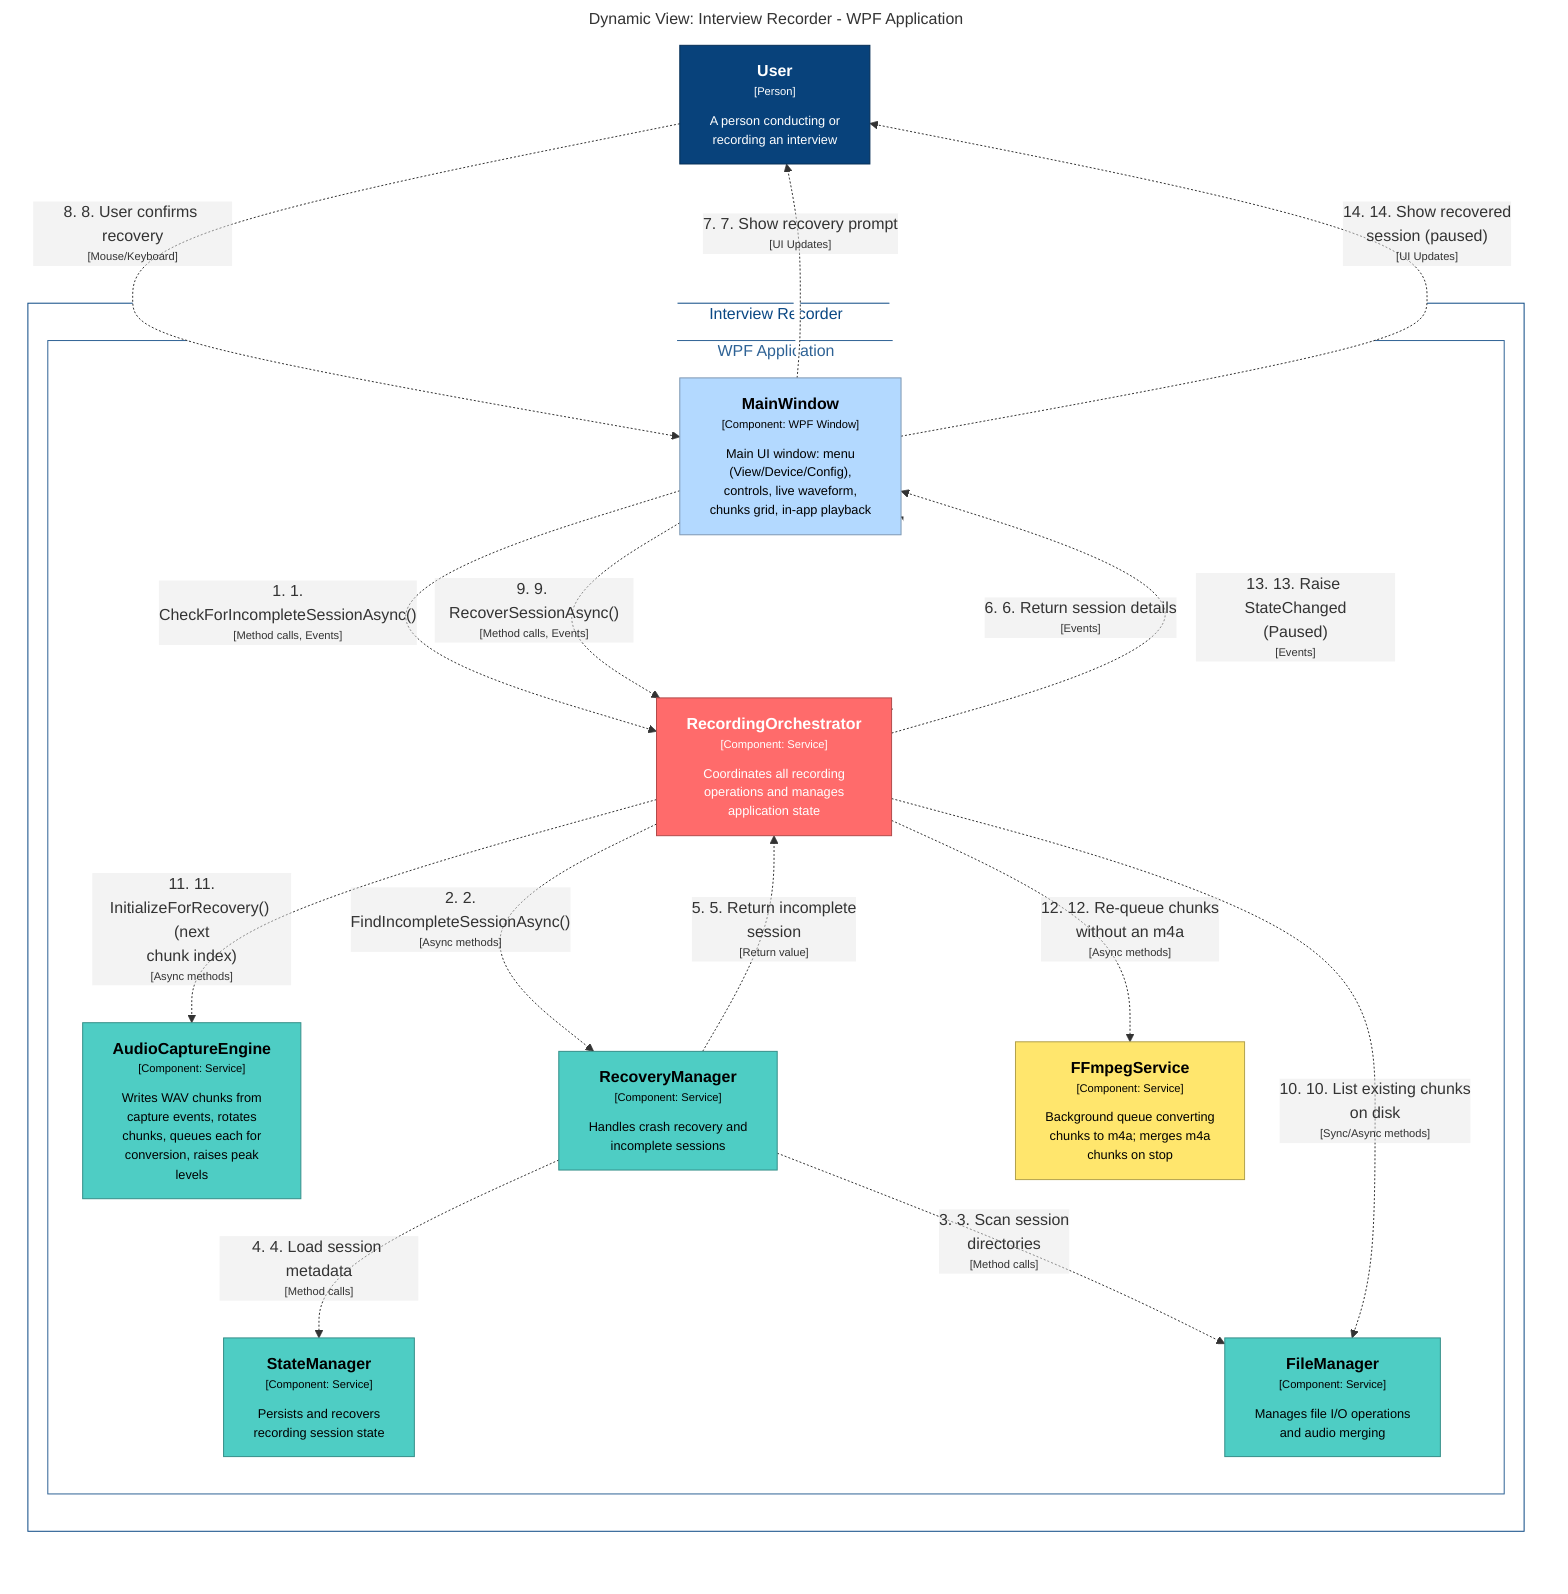
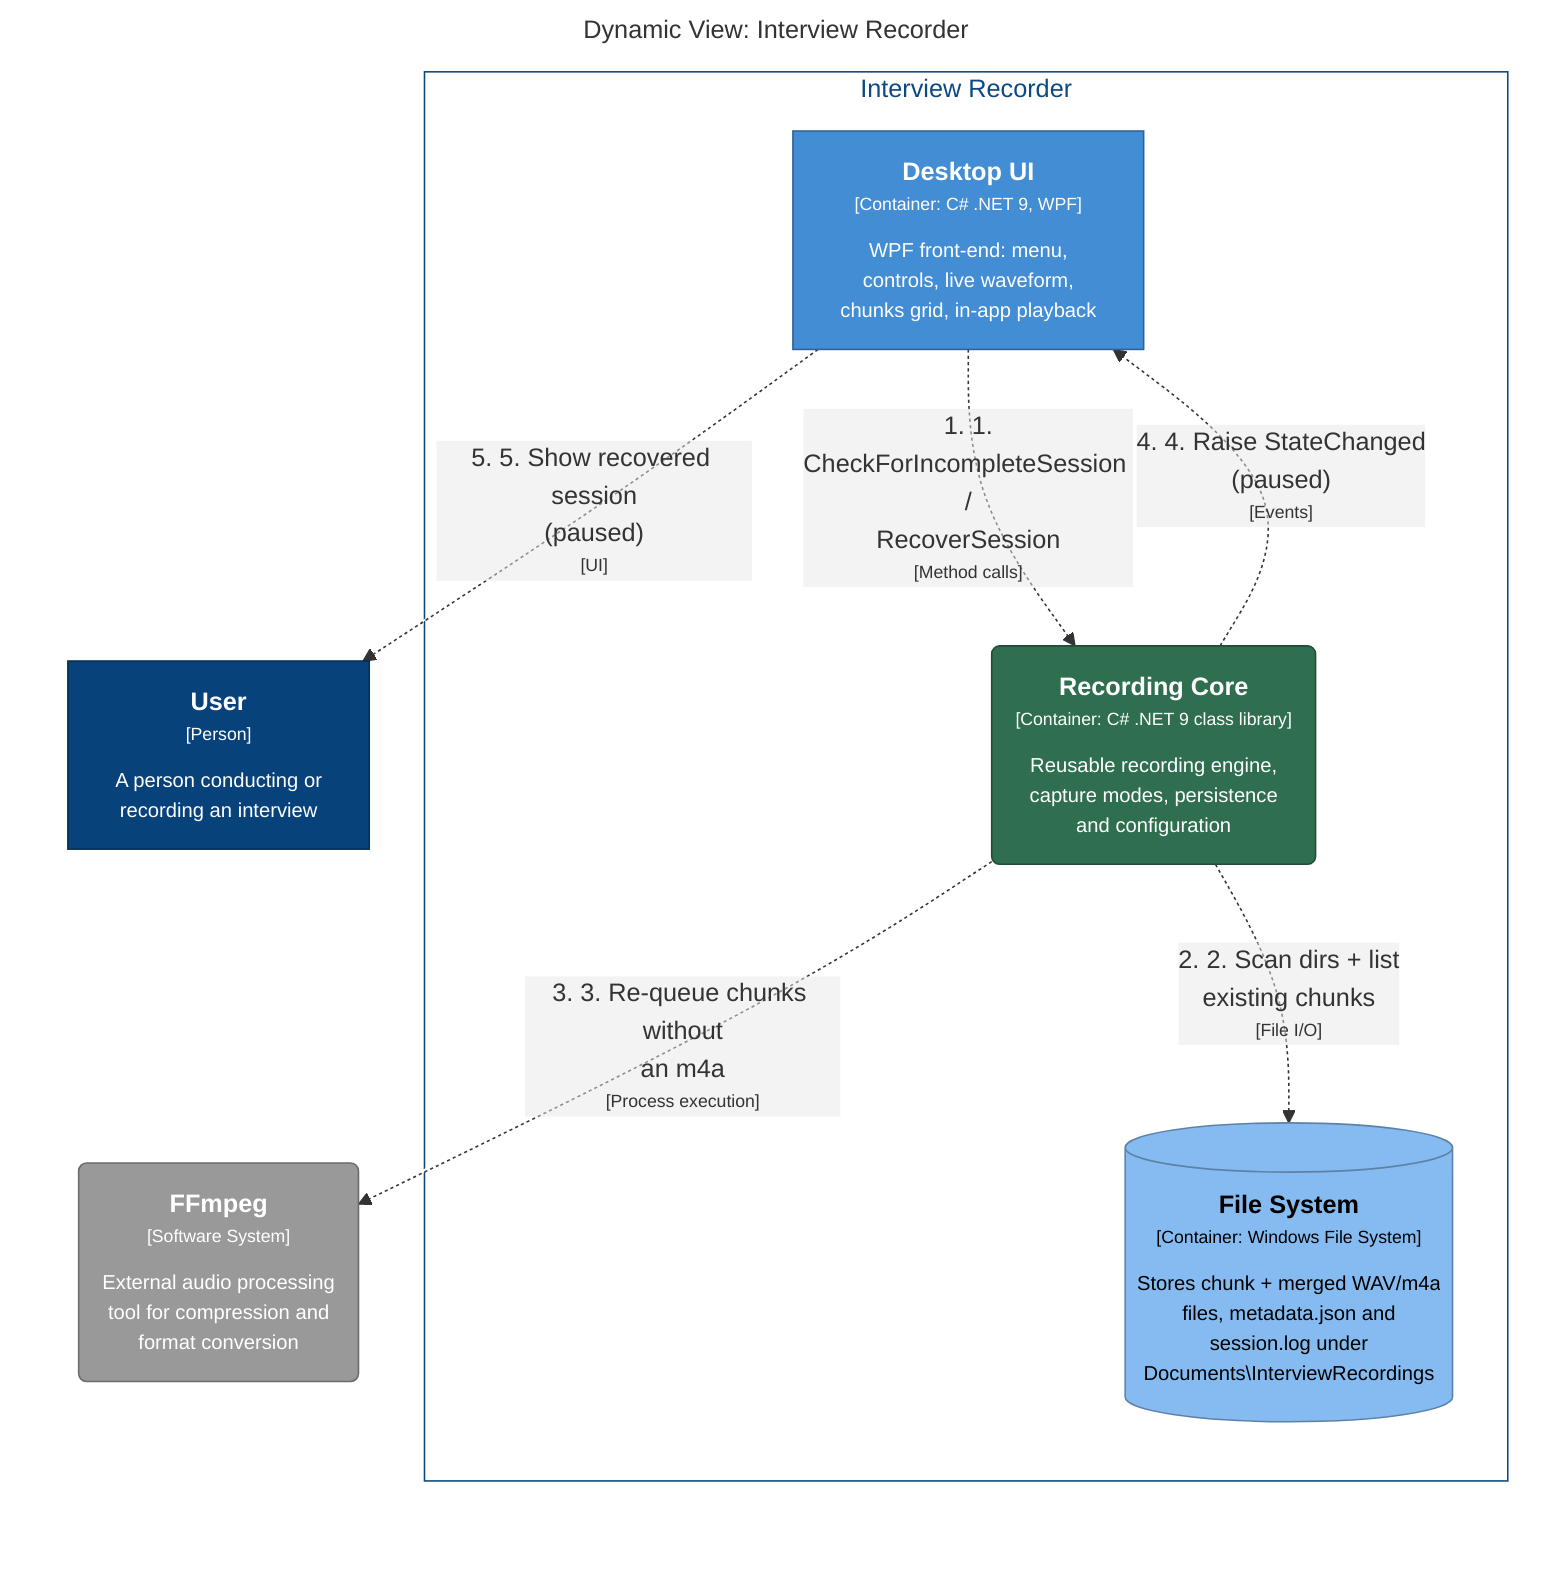
graph LR
  linkStyle default fill:#ffffff

-   subgraph diagram ["Dynamic View: Interview Recorder - WPF Application"]
+   subgraph diagram ["Dynamic View: Interview Recorder"]
    style diagram fill:#ffffff,stroke:#ffffff
- 
-     1["<div style='font-weight: bold'>User</div><div style='font-size: 70%; margin-top: 0px'>[Person]</div><div style='font-size: 80%; margin-top:10px'>A person conducting or<br />recording an interview</div>"]
-     style 1 fill:#08427b,stroke:#052e56,color:#ffffff

    subgraph 4 ["Interview Recorder"]
      style 4 fill:#ffffff,stroke:#0b4884,color:#0b4884

-       subgraph 5 ["WPF Application"]
-         style 5 fill:#ffffff,stroke:#2e6295,color:#2e6295
- 
-         10["<div style='font-weight: bold'>FileManager</div><div style='font-size: 70%; margin-top: 0px'>[Component: Service]</div><div style='font-size: 80%; margin-top:10px'>Manages file I/O operations<br />and audio merging</div>"]
-         style 10 fill:#4ecdc4,stroke:#368f89,color:#000000
-         11["<div style='font-weight: bold'>RecoveryManager</div><div style='font-size: 70%; margin-top: 0px'>[Component: Service]</div><div style='font-size: 80%; margin-top:10px'>Handles crash recovery and<br />incomplete sessions</div>"]
-         style 11 fill:#4ecdc4,stroke:#368f89,color:#000000
-         14["<div style='font-weight: bold'>FFmpegService</div><div style='font-size: 70%; margin-top: 0px'>[Component: Service]</div><div style='font-size: 80%; margin-top:10px'>Background queue converting<br />chunks to m4a; merges m4a<br />chunks on stop</div>"]
-         style 14 fill:#ffe66d,stroke:#b2a14c,color:#000000
-         6["<div style='font-weight: bold'>MainWindow</div><div style='font-size: 70%; margin-top: 0px'>[Component: WPF Window]</div><div style='font-size: 80%; margin-top:10px'>Main UI window: menu<br />(View/Device/Config),<br />controls, live waveform,<br />chunks grid, in-app playback</div>"]
-         style 6 fill:#b3d9ff,stroke:#7d97b2,color:#000000
-         7["<div style='font-weight: bold'>RecordingOrchestrator</div><div style='font-size: 70%; margin-top: 0px'>[Component: Service]</div><div style='font-size: 80%; margin-top:10px'>Coordinates all recording<br />operations and manages<br />application state</div>"]
-         style 7 fill:#ff6b6b,stroke:#b24a4a,color:#ffffff
-         8["<div style='font-weight: bold'>AudioCaptureEngine</div><div style='font-size: 70%; margin-top: 0px'>[Component: Service]</div><div style='font-size: 80%; margin-top:10px'>Writes WAV chunks from<br />capture events, rotates<br />chunks, queues each for<br />conversion, raises peak<br />levels</div>"]
-         style 8 fill:#4ecdc4,stroke:#368f89,color:#000000
-         9["<div style='font-weight: bold'>StateManager</div><div style='font-size: 70%; margin-top: 0px'>[Component: Service]</div><div style='font-size: 80%; margin-top:10px'>Persists and recovers<br />recording session state</div>"]
-         style 9 fill:#4ecdc4,stroke:#368f89,color:#000000
-       end
- 
+       42[("<div style='font-weight: bold'>File System</div><div style='font-size: 70%; margin-top: 0px'>[Container: Windows File System]</div><div style='font-size: 80%; margin-top:10px'>Stores chunk + merged WAV/m4a<br />files, metadata.json and<br />session.log under<br />Documents\InterviewRecordings</div>")]
+       style 42 fill:#85bbf0,stroke:#5d82a8,color:#000000
+       5["<div style='font-weight: bold'>Desktop UI</div><div style='font-size: 70%; margin-top: 0px'>[Container: C# .NET 9, WPF]</div><div style='font-size: 80%; margin-top:10px'>WPF front-end: menu,<br />controls, live waveform,<br />chunks grid, in-app playback</div>"]
+       style 5 fill:#438dd5,stroke:#2e6295,color:#ffffff
+       7("<div style='font-weight: bold'>Recording Core</div><div style='font-size: 70%; margin-top: 0px'>[Container: C# .NET 9 class library]</div><div style='font-size: 80%; margin-top:10px'>Reusable recording engine,<br />capture modes, persistence<br />and configuration</div>")
+       style 7 fill:#2f6f4f,stroke:#204d37,color:#ffffff
    end

    1["<div style='font-weight: bold'>User</div><div style='font-size: 70%; margin-top: 0px'>[Person]</div><div style='font-size: 80%; margin-top:10px'>A person conducting or<br />recording an interview</div>"]
    style 1 fill:#08427b,stroke:#052e56,color:#ffffff
+     3("<div style='font-weight: bold'>FFmpeg</div><div style='font-size: 70%; margin-top: 0px'>[Software System]</div><div style='font-size: 80%; margin-top:10px'>External audio processing<br />tool for compression and<br />format conversion</div>")
+     style 3 fill:#999999,stroke:#6b6b6b,color:#ffffff

-     6-. "<div>1. 1.<br />CheckForIncompleteSessionAsync()</div><div style='font-size: 70%'>[Method calls, Events]</div>" .->7
-     7-. "<div>2. 2.<br />FindIncompleteSessionAsync()</div><div style='font-size: 70%'>[Async methods]</div>" .->11
-     11-. "<div>3. 3. Scan session<br />directories</div><div style='font-size: 70%'>[Method calls]</div>" .->10
-     11-. "<div>4. 4. Load session metadata</div><div style='font-size: 70%'>[Method calls]</div>" .->9
-     11-. "<div>5. 5. Return incomplete<br />session</div><div style='font-size: 70%'>[Return value]</div>" .->7
-     7-. "<div>6. 6. Return session details</div><div style='font-size: 70%'>[Events]</div>" .->6
-     6-. "<div>7. 7. Show recovery prompt</div><div style='font-size: 70%'>[UI Updates]</div>" .->1
-     1-. "<div>8. 8. User confirms recovery</div><div style='font-size: 70%'>[Mouse/Keyboard]</div>" .->6
-     6-. "<div>9. 9. RecoverSessionAsync()</div><div style='font-size: 70%'>[Method calls, Events]</div>" .->7
-     7-. "<div>10. 10. List existing chunks<br />on disk</div><div style='font-size: 70%'>[Sync/Async methods]</div>" .->10
-     7-. "<div>11. 11.<br />InitializeForRecovery() (next<br />chunk index)</div><div style='font-size: 70%'>[Async methods]</div>" .->8
-     7-. "<div>12. 12. Re-queue chunks<br />without an m4a</div><div style='font-size: 70%'>[Async methods]</div>" .->14
-     7-. "<div>13. 13. Raise StateChanged<br />(Paused)</div><div style='font-size: 70%'>[Events]</div>" .->6
-     6-. "<div>14. 14. Show recovered<br />session (paused)</div><div style='font-size: 70%'>[UI Updates]</div>" .->1
+     5-. "<div>1. 1.<br />CheckForIncompleteSession /<br />RecoverSession</div><div style='font-size: 70%'>[Method calls]</div>" .->7
+     7-. "<div>2. 2. Scan dirs + list<br />existing chunks</div><div style='font-size: 70%'>[File I/O]</div>" .->42
+     7-. "<div>3. 3. Re-queue chunks without<br />an m4a</div><div style='font-size: 70%'>[Process execution]</div>" .->3
+     7-. "<div>4. 4. Raise StateChanged<br />(paused)</div><div style='font-size: 70%'>[Events]</div>" .->5
+     5-. "<div>5. 5. Show recovered session<br />(paused)</div><div style='font-size: 70%'>[UI]</div>" .->1

  end